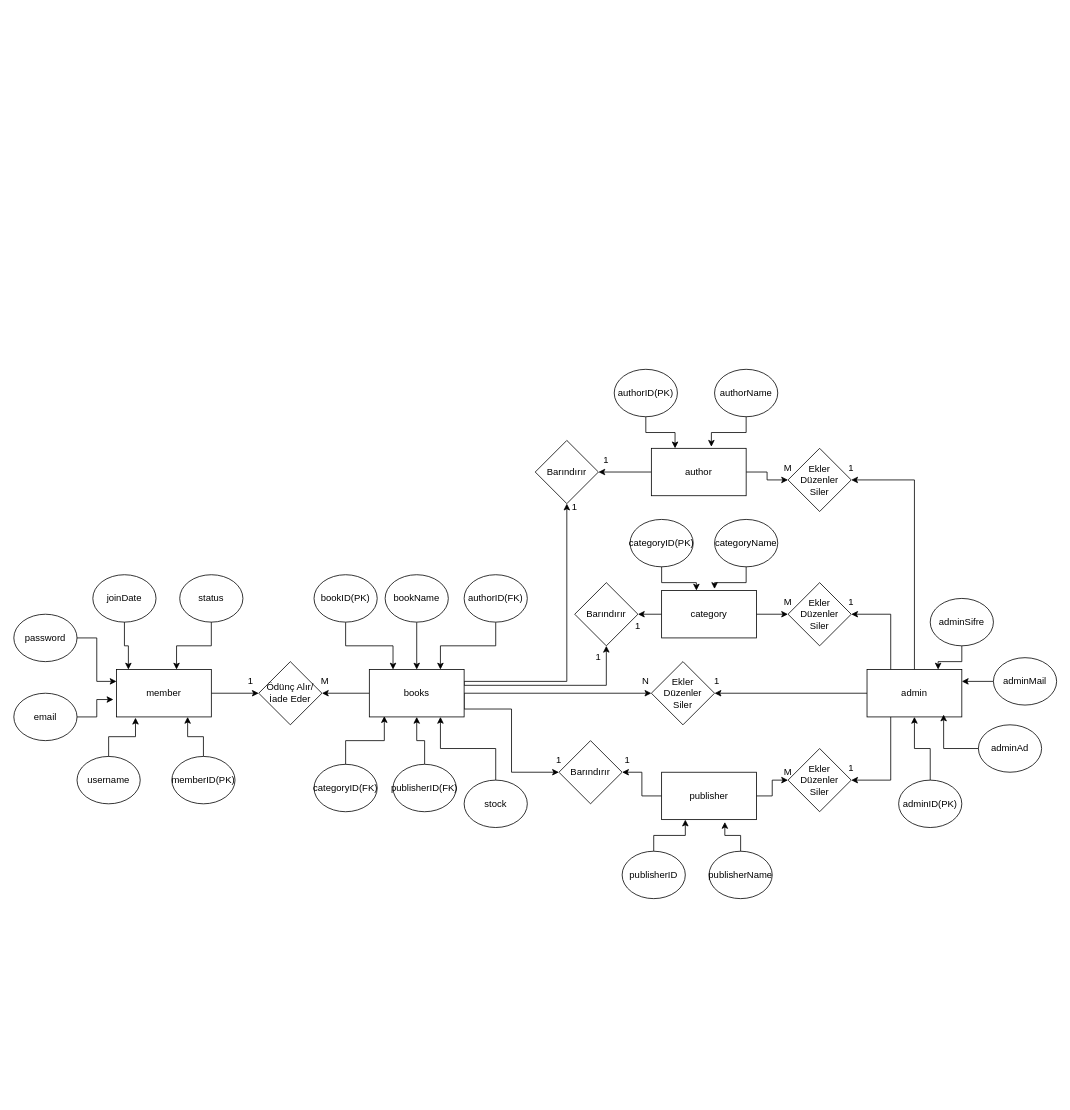
Above: ER ilişkisi.drawio in Halilkaya734TR/Library (draw.io), before the change. Source tidied: cells renumbered, new cells numbered last; positions are measured from the earlier drawing's top-left corner, leaving out a move shared by most shapes. Both pictures are drawn from the tidied source at 79%, with x=0, y=0 at pixel (13, 369).
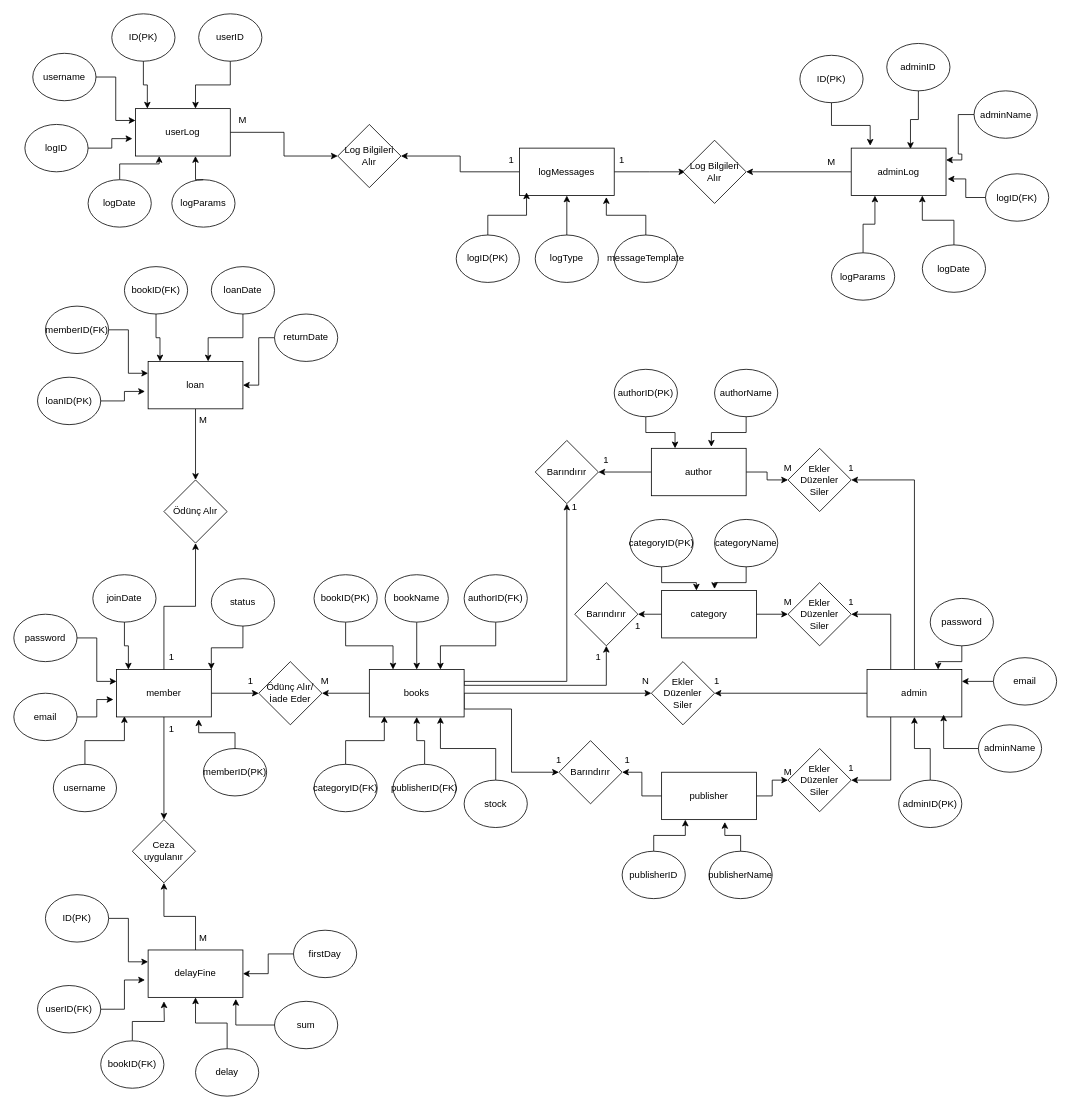
After the change.

The change refers to these unchanged cells:
```xml
<mxCell id="3" value="member" style="rounded=0;whiteSpace=wrap;html=1;" parent="1" vertex="1">
  <mxGeometry x="130" y="380" width="120" height="60" as="geometry" />
</mxCell>
```

Diff of the diagram source:
```diff
@@
+    <mxCell id="92" style="edgeStyle=orthogonalEdgeStyle;rounded=0;jettySize=auto;html=1;exitX=0.5;exitY=0;exitDx=0;exitDy=0;" parent="1" edge="1" source="3" target="106">
+      <mxGeometry relative="1" as="geometry" />
+    </mxCell>
+    <mxCell id="93" style="edgeStyle=orthogonalEdgeStyle;rounded=0;jettySize=auto;html=1;exitX=0.5;exitY=1;exitDx=0;exitDy=0;entryX=0.5;entryY=0;entryDx=0;entryDy=0;" parent="1" edge="1" source="3" target="123">
+      <mxGeometry relative="1" as="geometry" />
+    </mxCell>
@@
+    <mxCell id="15" style="edgeStyle=orthogonalEdgeStyle;rounded=0;jettySize=auto;html=1;entryX=1;entryY=0;entryDx=0;entryDy=0;" parent="1" edge="1" source="4" target="3">
+      <mxGeometry relative="1" as="geometry" />
+    </mxCell>
     <mxCell id="4" value="status" style="ellipse;whiteSpace=wrap;html=1;" parent="1" vertex="1">
-      <mxGeometry x="210" y="260" width="80" height="60" as="geometry" />
+      <mxGeometry x="250" y="265" width="80" height="60" as="geometry" />
     </mxCell>
@@
     <mxCell id="9" value="username" style="ellipse;whiteSpace=wrap;html=1;" parent="1" vertex="1">
-      <mxGeometry x="80" y="490" width="80" height="60" as="geometry" />
+      <mxGeometry x="50" y="500" width="80" height="60" as="geometry" />
     </mxCell>
-    <mxCell id="10" style="edgeStyle=orthogonalEdgeStyle;rounded=0;jettySize=auto;html=1;exitX=0.5;exitY=0;exitDx=0;exitDy=0;entryX=0.75;entryY=1;entryDx=0;entryDy=0;" parent="1" edge="1" source="11" target="3">
-      <mxGeometry relative="1" as="geometry" />
-    </mxCell>
     <mxCell id="11" value="memberID(PK)" style="ellipse;whiteSpace=wrap;html=1;" parent="1" vertex="1">
-      <mxGeometry x="200" y="490" width="80" height="60" as="geometry" />
+      <mxGeometry x="240" y="480" width="80" height="60" as="geometry" />
     </mxCell>
-    <mxCell id="12" style="edgeStyle=orthogonalEdgeStyle;rounded=0;jettySize=auto;html=1;exitX=0.5;exitY=0;exitDx=0;exitDy=0;entryX=0.2;entryY=1.017;entryDx=0;entryDy=0;entryPerimeter=0;" parent="1" edge="1" source="9" target="3">
-      <mxGeometry relative="1" as="geometry" />
-    </mxCell>
@@
-    <mxCell id="15" style="edgeStyle=orthogonalEdgeStyle;rounded=0;jettySize=auto;html=1;exitX=0.5;exitY=1;exitDx=0;exitDy=0;entryX=0.633;entryY=0;entryDx=0;entryDy=0;entryPerimeter=0;" parent="1" edge="1" source="4" target="3">
-      <mxGeometry relative="1" as="geometry" />
-    </mxCell>
@@
-    <mxCell id="72" value="adminAd" style="ellipse;whiteSpace=wrap;html=1;" parent="1" vertex="1">
+    <mxCell id="72" value="adminName" style="ellipse;whiteSpace=wrap;html=1;" parent="1" vertex="1">
       <mxGeometry x="1221" y="450" width="80" height="60" as="geometry" />
     </mxCell>
@@
-    <mxCell id="74" value="adminMail" style="ellipse;whiteSpace=wrap;html=1;" parent="1" vertex="1">
+    <mxCell id="74" value="email" style="ellipse;whiteSpace=wrap;html=1;" parent="1" vertex="1">
       <mxGeometry x="1240" y="365" width="80" height="60" as="geometry" />
     </mxCell>
@@
-    <mxCell id="76" value="adminSifre" style="ellipse;whiteSpace=wrap;html=1;" parent="1" vertex="1">
+    <mxCell id="76" value="password" style="ellipse;whiteSpace=wrap;html=1;" parent="1" vertex="1">
       <mxGeometry x="1160" y="290" width="80" height="60" as="geometry" />
     </mxCell>
@@
+    <mxCell id="94" style="edgeStyle=orthogonalEdgeStyle;rounded=0;jettySize=auto;html=1;exitX=0.5;exitY=1;exitDx=0;exitDy=0;entryX=0.5;entryY=0;entryDx=0;entryDy=0;" parent="1" edge="1" source="95" target="106">
+      <mxGeometry relative="1" as="geometry" />
+    </mxCell>
+    <mxCell id="95" value="loan" style="rounded=0;whiteSpace=wrap;html=1;" parent="1" vertex="1">
+      <mxGeometry x="170" y="-10" width="120" height="60" as="geometry" />
+    </mxCell>
+    <mxCell id="96" value="loanDate" style="ellipse;whiteSpace=wrap;html=1;" parent="1" vertex="1">
+      <mxGeometry x="250" y="-130" width="80" height="60" as="geometry" />
+    </mxCell>
+    <mxCell id="97" value="bookID(FK)" style="ellipse;whiteSpace=wrap;html=1;" parent="1" vertex="1">
+      <mxGeometry x="140" y="-130" width="80" height="60" as="geometry" />
+    </mxCell>
+    <mxCell id="98" style="edgeStyle=orthogonalEdgeStyle;rounded=0;jettySize=auto;html=1;exitX=1;exitY=0.5;exitDx=0;exitDy=0;entryX=0;entryY=0.25;entryDx=0;entryDy=0;" parent="1" edge="1" source="99" target="95">
+      <mxGeometry relative="1" as="geometry" />
+    </mxCell>
+    <mxCell id="99" value="memberID(FK)" style="ellipse;whiteSpace=wrap;html=1;" parent="1" vertex="1">
+      <mxGeometry x="40" y="-80" width="80" height="60" as="geometry" />
+    </mxCell>
+    <mxCell id="100" value="loanID(PK)" style="ellipse;whiteSpace=wrap;html=1;" parent="1" vertex="1">
+      <mxGeometry x="30" y="10" width="80" height="60" as="geometry" />
+    </mxCell>
+    <mxCell id="101" style="edgeStyle=orthogonalEdgeStyle;rounded=0;jettySize=auto;html=1;entryX=1;entryY=0.5;entryDx=0;entryDy=0;" parent="1" edge="1" source="102" target="95">
+      <mxGeometry relative="1" as="geometry" />
+    </mxCell>
+    <mxCell id="102" value="returnDate" style="ellipse;whiteSpace=wrap;html=1;" parent="1" vertex="1">
+      <mxGeometry x="330" y="-70" width="80" height="60" as="geometry" />
+    </mxCell>
+    <mxCell id="103" style="edgeStyle=orthogonalEdgeStyle;rounded=0;jettySize=auto;html=1;exitX=1;exitY=0.5;exitDx=0;exitDy=0;entryX=-0.033;entryY=0.633;entryDx=0;entryDy=0;entryPerimeter=0;" parent="1" edge="1" source="100" target="95">
+      <mxGeometry relative="1" as="geometry" />
+    </mxCell>
+    <mxCell id="104" style="edgeStyle=orthogonalEdgeStyle;rounded=0;jettySize=auto;html=1;exitX=0.5;exitY=1;exitDx=0;exitDy=0;entryX=0.125;entryY=0;entryDx=0;entryDy=0;entryPerimeter=0;" parent="1" edge="1" source="97" target="95">
+      <mxGeometry relative="1" as="geometry" />
+    </mxCell>
+    <mxCell id="105" style="edgeStyle=orthogonalEdgeStyle;rounded=0;jettySize=auto;html=1;exitX=0.5;exitY=1;exitDx=0;exitDy=0;entryX=0.633;entryY=0;entryDx=0;entryDy=0;entryPerimeter=0;" parent="1" edge="1" source="96" target="95">
+      <mxGeometry relative="1" as="geometry" />
+    </mxCell>
+    <mxCell id="106" value="Ödünç Alır" style="rhombus;whiteSpace=wrap;html=1;" parent="1" vertex="1">
+      <mxGeometry x="190" y="140" width="80" height="80" as="geometry" />
+    </mxCell>
+    <mxCell id="107" value="1" style="text;html=1;whiteSpace=wrap;strokeColor=none;fillColor=none;align=center;verticalAlign=middle;rounded=0;" parent="1" vertex="1">
+      <mxGeometry x="170" y="350" width="60" height="30" as="geometry" />
+    </mxCell>
+    <mxCell id="108" value="M" style="text;html=1;whiteSpace=wrap;strokeColor=none;fillColor=none;align=center;verticalAlign=middle;rounded=0;" parent="1" vertex="1">
+      <mxGeometry x="210" y="50" width="60" height="30" as="geometry" />
+    </mxCell>
+    <mxCell id="12" style="edgeStyle=orthogonalEdgeStyle;rounded=0;jettySize=auto;html=1;exitX=0.5;exitY=0;exitDx=0;exitDy=0;entryX=0.083;entryY=0.983;entryDx=0;entryDy=0;entryPerimeter=0;" parent="1" edge="1" source="9" target="3">
+      <mxGeometry relative="1" as="geometry" />
+    </mxCell>
+    <mxCell id="10" style="edgeStyle=orthogonalEdgeStyle;rounded=0;jettySize=auto;html=1;exitX=0.5;exitY=0;exitDx=0;exitDy=0;entryX=0.867;entryY=1.05;entryDx=0;entryDy=0;entryPerimeter=0;" parent="1" edge="1" source="11" target="3">
+      <mxGeometry relative="1" as="geometry" />
+    </mxCell>
+    <mxCell id="109" style="edgeStyle=orthogonalEdgeStyle;rounded=0;jettySize=auto;html=1;entryX=0.5;entryY=1;entryDx=0;entryDy=0;" parent="1" edge="1" source="110" target="123">
+      <mxGeometry relative="1" as="geometry" />
+    </mxCell>
+    <mxCell id="110" value="delayFine" style="rounded=0;whiteSpace=wrap;html=1;" parent="1" vertex="1">
+      <mxGeometry x="170" y="735" width="120" height="60" as="geometry" />
+    </mxCell>
+    <mxCell id="111" style="edgeStyle=orthogonalEdgeStyle;rounded=0;jettySize=auto;html=1;exitX=0.5;exitY=0;exitDx=0;exitDy=0;entryX=0.5;entryY=1;entryDx=0;entryDy=0;" parent="1" edge="1" source="112" target="110">
+      <mxGeometry relative="1" as="geometry" />
+    </mxCell>
+    <mxCell id="112" value="delay" style="ellipse;whiteSpace=wrap;html=1;" parent="1" vertex="1">
+      <mxGeometry x="230" y="860" width="80" height="60" as="geometry" />
+    </mxCell>
+    <mxCell id="113" style="edgeStyle=orthogonalEdgeStyle;rounded=0;jettySize=auto;html=1;exitX=0.5;exitY=0;exitDx=0;exitDy=0;" parent="1" edge="1" source="114">
+      <mxGeometry relative="1" as="geometry">
+        <mxPoint x="190" y="800" as="targetPoint" />
+      </mxGeometry>
+    </mxCell>
+    <mxCell id="114" value="bookID(FK)" style="ellipse;whiteSpace=wrap;html=1;" parent="1" vertex="1">
+      <mxGeometry x="110" y="850" width="80" height="60" as="geometry" />
+    </mxCell>
+    <mxCell id="115" style="edgeStyle=orthogonalEdgeStyle;rounded=0;jettySize=auto;html=1;exitX=1;exitY=0.5;exitDx=0;exitDy=0;entryX=0;entryY=0.25;entryDx=0;entryDy=0;" parent="1" edge="1" source="116" target="110">
+      <mxGeometry relative="1" as="geometry" />
+    </mxCell>
+    <mxCell id="116" value="ID(PK)" style="ellipse;whiteSpace=wrap;html=1;" parent="1" vertex="1">
+      <mxGeometry x="40" y="665" width="80" height="60" as="geometry" />
+    </mxCell>
+    <mxCell id="117" value="userID(FK)" style="ellipse;whiteSpace=wrap;html=1;" parent="1" vertex="1">
+      <mxGeometry x="30" y="780" width="80" height="60" as="geometry" />
+    </mxCell>
+    <mxCell id="118" style="edgeStyle=orthogonalEdgeStyle;rounded=0;jettySize=auto;html=1;entryX=1;entryY=0.5;entryDx=0;entryDy=0;" parent="1" edge="1" source="119" target="110">
+      <mxGeometry relative="1" as="geometry" />
+    </mxCell>
+    <mxCell id="119" value="firstDay" style="ellipse;whiteSpace=wrap;html=1;" parent="1" vertex="1">
+      <mxGeometry x="354" y="710" width="80" height="60" as="geometry" />
+    </mxCell>
+    <mxCell id="120" style="edgeStyle=orthogonalEdgeStyle;rounded=0;jettySize=auto;html=1;exitX=1;exitY=0.5;exitDx=0;exitDy=0;entryX=-0.033;entryY=0.633;entryDx=0;entryDy=0;entryPerimeter=0;" parent="1" edge="1" source="117" target="110">
+      <mxGeometry relative="1" as="geometry" />
+    </mxCell>
+    <mxCell id="121" value="sum" style="ellipse;whiteSpace=wrap;html=1;" parent="1" vertex="1">
+      <mxGeometry x="330" y="800" width="80" height="60" as="geometry" />
+    </mxCell>
+    <mxCell id="122" style="edgeStyle=orthogonalEdgeStyle;rounded=0;jettySize=auto;html=1;exitX=0;exitY=0.5;exitDx=0;exitDy=0;entryX=0.925;entryY=1.033;entryDx=0;entryDy=0;entryPerimeter=0;" parent="1" edge="1" source="121" target="110">
+      <mxGeometry relative="1" as="geometry" />
+    </mxCell>
+    <mxCell id="123" value="Ceza uygulanır" style="rhombus;whiteSpace=wrap;html=1;" parent="1" vertex="1">
+      <mxGeometry x="150" y="570" width="80" height="80" as="geometry" />
+    </mxCell>
+    <mxCell id="124" value="1" style="text;html=1;whiteSpace=wrap;strokeColor=none;fillColor=none;align=center;verticalAlign=middle;rounded=0;" parent="1" vertex="1">
+      <mxGeometry x="170" y="440" width="60" height="30" as="geometry" />
+    </mxCell>
+    <mxCell id="125" value="M" style="text;html=1;whiteSpace=wrap;strokeColor=none;fillColor=none;align=center;verticalAlign=middle;rounded=0;" parent="1" vertex="1">
+      <mxGeometry x="210" y="705" width="60" height="30" as="geometry" />
+    </mxCell>
+    <mxCell id="126" style="edgeStyle=orthogonalEdgeStyle;rounded=0;jettySize=auto;html=1;entryX=1;entryY=0.5;entryDx=0;entryDy=0;" parent="1" edge="1" source="128" target="161">
+      <mxGeometry relative="1" as="geometry" />
+    </mxCell>
+    <mxCell id="127" style="edgeStyle=orthogonalEdgeStyle;rounded=0;jettySize=auto;html=1;exitX=1;exitY=0.5;exitDx=0;exitDy=0;" parent="1" edge="1" source="128">
+      <mxGeometry relative="1" as="geometry">
+        <mxPoint x="850" y="-250" as="targetPoint" />
+      </mxGeometry>
+    </mxCell>
+    <mxCell id="128" value="logMessages" style="rounded=0;whiteSpace=wrap;html=1;" parent="1" vertex="1">
+      <mxGeometry x="640" y="-280" width="120" height="60" as="geometry" />
+    </mxCell>
+    <mxCell id="129" style="edgeStyle=orthogonalEdgeStyle;rounded=0;jettySize=auto;html=1;entryX=0.75;entryY=1;entryDx=0;entryDy=0;" parent="1" edge="1" source="130" target="147">
+      <mxGeometry relative="1" as="geometry" />
+    </mxCell>
+    <mxCell id="130" value="logDate" style="ellipse;whiteSpace=wrap;html=1;" parent="1" vertex="1">
+      <mxGeometry x="1150" y="-157.5" width="80" height="60" as="geometry" />
+    </mxCell>
+    <mxCell id="131" style="edgeStyle=orthogonalEdgeStyle;rounded=0;jettySize=auto;html=1;exitX=0.5;exitY=0;exitDx=0;exitDy=0;entryX=0.25;entryY=1;entryDx=0;entryDy=0;" parent="1" edge="1" source="132" target="136">
+      <mxGeometry relative="1" as="geometry" />
+    </mxCell>
+    <mxCell id="132" value="logDate" style="ellipse;whiteSpace=wrap;html=1;" parent="1" vertex="1">
+      <mxGeometry x="94" y="-240" width="80" height="60" as="geometry" />
+    </mxCell>
+    <mxCell id="133" value="logID(PK)" style="ellipse;whiteSpace=wrap;html=1;" parent="1" vertex="1">
+      <mxGeometry x="560" y="-170" width="80" height="60" as="geometry" />
+    </mxCell>
+    <mxCell id="134" value="messageTemplate" style="ellipse;whiteSpace=wrap;html=1;" parent="1" vertex="1">
+      <mxGeometry x="760" y="-170" width="80" height="60" as="geometry" />
+    </mxCell>
+    <mxCell id="135" style="edgeStyle=orthogonalEdgeStyle;rounded=0;jettySize=auto;html=1;exitX=1;exitY=0.5;exitDx=0;exitDy=0;entryX=0;entryY=0.5;entryDx=0;entryDy=0;" parent="1" edge="1" source="136" target="161">
+      <mxGeometry relative="1" as="geometry" />
+    </mxCell>
+    <mxCell id="136" value="userLog" style="rounded=0;whiteSpace=wrap;html=1;" parent="1" vertex="1">
+      <mxGeometry x="154" y="-330" width="120" height="60" as="geometry" />
+    </mxCell>
+    <mxCell id="137" value="userID" style="ellipse;whiteSpace=wrap;html=1;" parent="1" vertex="1">
+      <mxGeometry x="234" y="-450" width="80" height="60" as="geometry" />
+    </mxCell>
+    <mxCell id="138" value="ID(PK)" style="ellipse;whiteSpace=wrap;html=1;" parent="1" vertex="1">
+      <mxGeometry x="124" y="-450" width="80" height="60" as="geometry" />
+    </mxCell>
+    <mxCell id="139" style="edgeStyle=orthogonalEdgeStyle;rounded=0;jettySize=auto;html=1;exitX=1;exitY=0.5;exitDx=0;exitDy=0;entryX=0;entryY=0.25;entryDx=0;entryDy=0;" parent="1" edge="1" source="140" target="136">
+      <mxGeometry relative="1" as="geometry" />
+    </mxCell>
+    <mxCell id="140" value="username" style="ellipse;whiteSpace=wrap;html=1;" parent="1" vertex="1">
+      <mxGeometry x="24" y="-400" width="80" height="60" as="geometry" />
+    </mxCell>
+    <mxCell id="141" value="logID" style="ellipse;whiteSpace=wrap;html=1;" parent="1" vertex="1">
+      <mxGeometry x="14" y="-310" width="80" height="60" as="geometry" />
+    </mxCell>
+    <mxCell id="142" value="logParams" style="ellipse;whiteSpace=wrap;html=1;" parent="1" vertex="1">
+      <mxGeometry x="200" y="-240" width="80" height="60" as="geometry" />
+    </mxCell>
+    <mxCell id="143" style="edgeStyle=orthogonalEdgeStyle;rounded=0;jettySize=auto;html=1;exitX=1;exitY=0.5;exitDx=0;exitDy=0;entryX=-0.033;entryY=0.633;entryDx=0;entryDy=0;entryPerimeter=0;" parent="1" edge="1" source="141" target="136">
+      <mxGeometry relative="1" as="geometry" />
+    </mxCell>
+    <mxCell id="144" style="edgeStyle=orthogonalEdgeStyle;rounded=0;jettySize=auto;html=1;exitX=0.5;exitY=1;exitDx=0;exitDy=0;entryX=0.125;entryY=0;entryDx=0;entryDy=0;entryPerimeter=0;" parent="1" edge="1" source="138" target="136">
+      <mxGeometry relative="1" as="geometry" />
+    </mxCell>
+    <mxCell id="145" style="edgeStyle=orthogonalEdgeStyle;rounded=0;jettySize=auto;html=1;exitX=0.5;exitY=1;exitDx=0;exitDy=0;entryX=0.633;entryY=0;entryDx=0;entryDy=0;entryPerimeter=0;" parent="1" edge="1" source="137" target="136">
+      <mxGeometry relative="1" as="geometry" />
+    </mxCell>
+    <mxCell id="146" style="edgeStyle=orthogonalEdgeStyle;rounded=0;jettySize=auto;html=1;exitX=0;exitY=0.5;exitDx=0;exitDy=0;entryX=1;entryY=0.5;entryDx=0;entryDy=0;" parent="1" edge="1" source="147" target="164">
+      <mxGeometry relative="1" as="geometry" />
+    </mxCell>
+    <mxCell id="147" value="adminLog" style="rounded=0;whiteSpace=wrap;html=1;" parent="1" vertex="1">
+      <mxGeometry x="1060" y="-280" width="120" height="60" as="geometry" />
+    </mxCell>
+    <mxCell id="148" value="adminID" style="ellipse;whiteSpace=wrap;html=1;" parent="1" vertex="1">
+      <mxGeometry x="1105" y="-412.5" width="80" height="60" as="geometry" />
+    </mxCell>
+    <mxCell id="149" value="ID(PK)" style="ellipse;whiteSpace=wrap;html=1;" parent="1" vertex="1">
+      <mxGeometry x="995" y="-397.5" width="80" height="60" as="geometry" />
+    </mxCell>
+    <mxCell id="150" value="logID(FK)" style="ellipse;whiteSpace=wrap;html=1;" parent="1" vertex="1">
+      <mxGeometry x="1230" y="-247.5" width="80" height="60" as="geometry" />
+    </mxCell>
+    <mxCell id="151" style="edgeStyle=orthogonalEdgeStyle;rounded=0;jettySize=auto;html=1;entryX=0.25;entryY=1;entryDx=0;entryDy=0;" parent="1" edge="1" source="152" target="147">
+      <mxGeometry relative="1" as="geometry" />
+    </mxCell>
+    <mxCell id="152" value="logParams" style="ellipse;whiteSpace=wrap;html=1;" parent="1" vertex="1">
+      <mxGeometry x="1035" y="-147.5" width="80" height="60" as="geometry" />
+    </mxCell>
+    <mxCell id="153" style="edgeStyle=orthogonalEdgeStyle;rounded=0;jettySize=auto;html=1;entryX=1;entryY=0.25;entryDx=0;entryDy=0;" parent="1" edge="1" source="154" target="147">
+      <mxGeometry relative="1" as="geometry" />
+    </mxCell>
+    <mxCell id="154" value="adminName" style="ellipse;whiteSpace=wrap;html=1;" parent="1" vertex="1">
+      <mxGeometry x="1215.5" y="-352.5" width="80" height="60" as="geometry" />
+    </mxCell>
+    <mxCell id="155" value="M" style="text;html=1;whiteSpace=wrap;strokeColor=none;fillColor=none;align=center;verticalAlign=middle;rounded=0;" parent="1" vertex="1">
+      <mxGeometry x="1005" y="-277.5" width="60" height="30" as="geometry" />
+    </mxCell>
+    <mxCell id="156" style="edgeStyle=orthogonalEdgeStyle;rounded=0;jettySize=auto;html=1;exitX=0.5;exitY=0;exitDx=0;exitDy=0;entryX=0.5;entryY=1;entryDx=0;entryDy=0;" parent="1" edge="1" source="157" target="128">
+      <mxGeometry relative="1" as="geometry" />
+    </mxCell>
+    <mxCell id="157" value="logType" style="ellipse;whiteSpace=wrap;html=1;" parent="1" vertex="1">
+      <mxGeometry x="660" y="-170" width="80" height="60" as="geometry" />
+    </mxCell>
+    <mxCell id="158" style="edgeStyle=orthogonalEdgeStyle;rounded=0;jettySize=auto;html=1;exitX=0.5;exitY=0;exitDx=0;exitDy=0;entryX=0.075;entryY=0.933;entryDx=0;entryDy=0;entryPerimeter=0;" parent="1" edge="1" source="133" target="128">
+      <mxGeometry relative="1" as="geometry" />
+    </mxCell>
+    <mxCell id="159" style="edgeStyle=orthogonalEdgeStyle;rounded=0;jettySize=auto;html=1;entryX=0.917;entryY=1.033;entryDx=0;entryDy=0;entryPerimeter=0;" parent="1" edge="1" source="134" target="128">
+      <mxGeometry relative="1" as="geometry" />
+    </mxCell>
+    <mxCell id="160" style="edgeStyle=orthogonalEdgeStyle;rounded=0;jettySize=auto;html=1;exitX=0.5;exitY=0;exitDx=0;exitDy=0;entryX=0.633;entryY=1;entryDx=0;entryDy=0;entryPerimeter=0;" parent="1" edge="1" source="142" target="136">
+      <mxGeometry relative="1" as="geometry" />
+    </mxCell>
+    <mxCell id="161" value="Log Bilgileri&lt;div&gt;Alır&lt;/div&gt;" style="rhombus;whiteSpace=wrap;html=1;" parent="1" vertex="1">
+      <mxGeometry x="410" y="-310" width="80" height="80" as="geometry" />
+    </mxCell>
+    <mxCell id="162" value="1" style="text;html=1;whiteSpace=wrap;strokeColor=none;fillColor=none;align=center;verticalAlign=middle;rounded=0;" parent="1" vertex="1">
+      <mxGeometry x="600" y="-280" width="60" height="30" as="geometry" />
+    </mxCell>
+    <mxCell id="163" value="M" style="text;html=1;whiteSpace=wrap;strokeColor=none;fillColor=none;align=center;verticalAlign=middle;rounded=0;" parent="1" vertex="1">
+      <mxGeometry x="260" y="-330" width="60" height="30" as="geometry" />
+    </mxCell>
+    <mxCell id="164" value="Log Bilgileri&lt;div&gt;Alır&lt;/div&gt;" style="rhombus;whiteSpace=wrap;html=1;" parent="1" vertex="1">
+      <mxGeometry x="847" y="-290" width="80" height="80" as="geometry" />
+    </mxCell>
+    <mxCell id="165" value="1" style="text;html=1;whiteSpace=wrap;strokeColor=none;fillColor=none;align=center;verticalAlign=middle;rounded=0;" parent="1" vertex="1">
+      <mxGeometry x="740" y="-280" width="60" height="30" as="geometry" />
+    </mxCell>
+    <mxCell id="166" style="edgeStyle=orthogonalEdgeStyle;rounded=0;jettySize=auto;html=1;exitX=0.5;exitY=1;exitDx=0;exitDy=0;entryX=0.2;entryY=-0.05;entryDx=0;entryDy=0;entryPerimeter=0;" parent="1" edge="1" source="149" target="147">
+      <mxGeometry relative="1" as="geometry" />
+    </mxCell>
+    <mxCell id="167" style="edgeStyle=orthogonalEdgeStyle;rounded=0;jettySize=auto;html=1;entryX=1.017;entryY=0.65;entryDx=0;entryDy=0;entryPerimeter=0;" parent="1" edge="1" source="150" target="147">
+      <mxGeometry relative="1" as="geometry" />
+    </mxCell>
+    <mxCell id="168" style="edgeStyle=orthogonalEdgeStyle;rounded=0;jettySize=auto;html=1;entryX=0.625;entryY=0.017;entryDx=0;entryDy=0;entryPerimeter=0;" parent="1" edge="1" source="148" target="147">
+      <mxGeometry relative="1" as="geometry" />
+    </mxCell>
```
